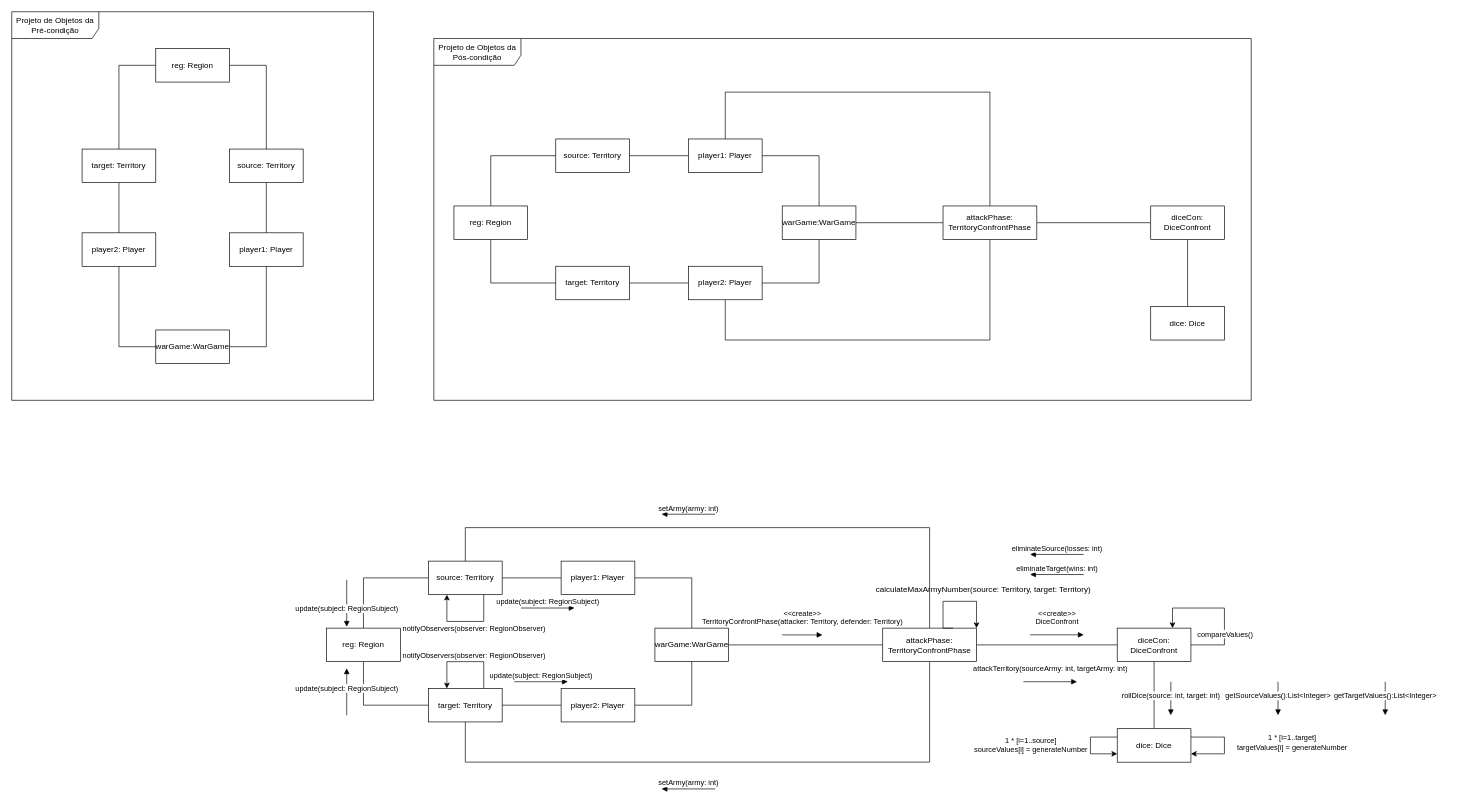
Above: collaboration-diagram.drawio in Gil32610/operation-contract-territory-confront (draw.io), before the change. Source tidied: cells renumbered, new cells numbered last; positions are measured from the earlier drawing's top-left corner, leaving out a move shared by most shapes. Both pictures are drawn from the tidied source at 67%, with x=0, y=0 at pixel (11, 11).
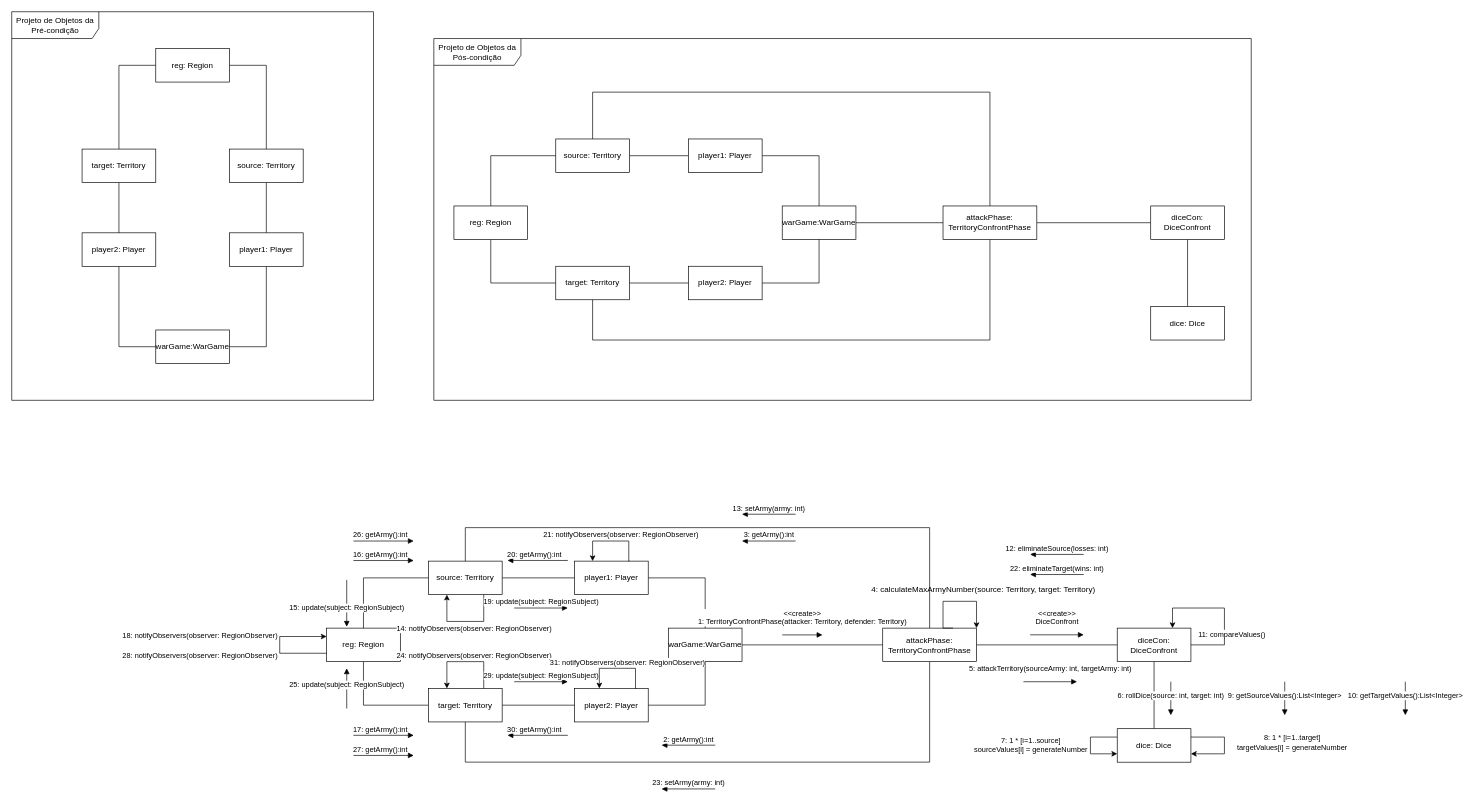
Above is the later version.

Commit message:
collaboration diagram order of messages

Unchanged cells that the change refers to:
```xml
<mxCell id="20" value="player2: Player" style="html=1;whiteSpace=wrap;" parent="1" vertex="1">
  <mxGeometry x="1010" y="379.9" width="110" height="50" as="geometry" />
</mxCell>
<mxCell id="23" value="player1: Player" style="html=1;whiteSpace=wrap;" parent="1" vertex="1">
  <mxGeometry x="1010" y="189.9" width="110" height="50" as="geometry" />
</mxCell>
<mxCell id="24" value="source: Territory" style="html=1;whiteSpace=wrap;" parent="1" vertex="1">
  <mxGeometry x="812" y="189.9" width="110" height="50" as="geometry" />
</mxCell>
<mxCell id="27" value="target: Territory" style="html=1;whiteSpace=wrap;" parent="1" vertex="1">
  <mxGeometry x="812" y="379.9" width="110" height="50" as="geometry" />
</mxCell>
<mxCell id="32" value="&lt;blockquote&gt;attackPhase: TerritoryConfrontPhase&lt;/blockquote&gt;" style="html=1;whiteSpace=wrap;" parent="1" vertex="1">
  <mxGeometry x="1390" y="289.9" width="140" height="50" as="geometry" />
</mxCell>
<mxCell id="49" value="reg: Region" style="html=1;whiteSpace=wrap;" parent="1" vertex="1">
  <mxGeometry x="470" y="920" width="110" height="50" as="geometry" />
</mxCell>
<mxCell id="55" style="edgeStyle=orthogonalEdgeStyle;rounded=0;orthogonalLoop=1;jettySize=auto;html=1;exitX=0;exitY=0.25;exitDx=0;exitDy=0;entryX=0;entryY=0.75;entryDx=0;entryDy=0;" parent="1" edge="1" source="57" target="57">
  <mxGeometry relative="1" as="geometry">
    <Array as="points">
      <mxPoint x="1610" y="1083" />
      <mxPoint x="1610" y="1107" />
    </Array>
  </mxGeometry>
</mxCell>
<mxCell id="64" style="edgeStyle=orthogonalEdgeStyle;rounded=0;orthogonalLoop=1;jettySize=auto;html=1;entryX=0.75;entryY=0;entryDx=0;entryDy=0;exitX=1;exitY=0.5;exitDx=0;exitDy=0;" parent="1" edge="1" source="54" target="54">
  <mxGeometry relative="1" as="geometry">
    <Array as="points">
      <mxPoint x="1810" y="945" />
      <mxPoint x="1810" y="890" />
      <mxPoint x="1733" y="890" />
    </Array>
  </mxGeometry>
</mxCell>
<mxCell id="74" style="edgeStyle=orthogonalEdgeStyle;rounded=0;orthogonalLoop=1;jettySize=auto;html=1;exitX=0.75;exitY=0;exitDx=0;exitDy=0;entryX=0.25;entryY=0;entryDx=0;entryDy=0;" parent="1" edge="1" source="47" target="47">
  <mxGeometry relative="1" as="geometry">
    <Array as="points">
      <mxPoint x="704" y="970" />
      <mxPoint x="650" y="970" />
    </Array>
  </mxGeometry>
</mxCell>
<mxCell id="78" style="edgeStyle=orthogonalEdgeStyle;rounded=0;orthogonalLoop=1;jettySize=auto;html=1;exitX=0.75;exitY=1;exitDx=0;exitDy=0;entryX=0.25;entryY=1;entryDx=0;entryDy=0;" parent="1" edge="1" source="44" target="44">
  <mxGeometry relative="1" as="geometry">
    <Array as="points">
      <mxPoint x="704" y="910" />
      <mxPoint x="650" y="910" />
    </Array>
  </mxGeometry>
</mxCell>
```

The edit, as a diff of the source:
```diff
@@
-    <mxCell id="19" style="edgeStyle=orthogonalEdgeStyle;rounded=0;jettySize=auto;html=1;entryX=0.5;entryY=1;entryDx=0;entryDy=0;endArrow=none;endFill=0;" parent="1" edge="1" source="20" target="32">
+    <mxCell id="19" style="edgeStyle=orthogonalEdgeStyle;rounded=0;jettySize=auto;html=1;entryX=0.5;entryY=1;entryDx=0;entryDy=0;endArrow=none;endFill=0;exitX=0.5;exitY=1;exitDx=0;exitDy=0;" parent="1" edge="1" source="27" target="32">
       <mxGeometry relative="1" as="geometry">
         <Array as="points">
-          <mxPoint x="1065" y="490" />
+          <mxPoint x="867" y="490" />
           <mxPoint x="1460" y="490" />
         </Array>
       </mxGeometry>
     </mxCell>
@@
-    <mxCell id="22" style="edgeStyle=orthogonalEdgeStyle;rounded=0;jettySize=auto;html=1;entryX=0.5;entryY=0;entryDx=0;entryDy=0;endArrow=none;endFill=0;" parent="1" edge="1" source="23" target="32">
+    <mxCell id="22" style="edgeStyle=orthogonalEdgeStyle;rounded=0;jettySize=auto;html=1;entryX=0.5;entryY=0;entryDx=0;entryDy=0;endArrow=none;endFill=0;exitX=0.5;exitY=0;exitDx=0;exitDy=0;" parent="1" edge="1" source="24" target="32">
       <mxGeometry relative="1" as="geometry">
         <Array as="points">
-          <mxPoint x="1065" y="120" />
+          <mxPoint x="867" y="120" />
           <mxPoint x="1460" y="120" />
         </Array>
       </mxGeometry>
     </mxCell>
@@
     <mxCell id="38" value="warGame:WarGame" style="html=1;whiteSpace=wrap;" parent="1" vertex="1">
-      <mxGeometry x="960" y="920" width="110" height="50" as="geometry" />
+      <mxGeometry x="980" y="920" width="110" height="50" as="geometry" />
     </mxCell>
@@
     <mxCell id="41" value="player2: Player" style="html=1;whiteSpace=wrap;" parent="1" vertex="1">
-      <mxGeometry x="820" y="1010" width="110" height="50" as="geometry" />
+      <mxGeometry x="840" y="1010" width="110" height="50" as="geometry" />
     </mxCell>
@@
     <mxCell id="43" value="player1: Player" style="html=1;whiteSpace=wrap;" parent="1" vertex="1">
-      <mxGeometry x="820" y="820" width="110" height="50" as="geometry" />
+      <mxGeometry x="840" y="820" width="110" height="50" as="geometry" />
     </mxCell>
@@
-    <mxCell id="56" value="1 * [i=1..source]&lt;br&gt;&lt;div&gt;sourceValues[i] = generateNumber&lt;/div&gt;" style="edgeLabel;html=1;align=center;verticalAlign=middle;" parent="55" vertex="1">
+    <mxCell id="56" value="7: 1 * [i=1..source]&lt;br&gt;&lt;div&gt;sourceValues[i] = generateNumber&lt;/div&gt;" style="edgeLabel;html=1;align=center;verticalAlign=middle;" parent="55" vertex="1">
       <mxGeometry x="-0.02" relative="1" as="geometry">
         <mxPoint x="-90" y="1" as="offset" />
       </mxGeometry>
     </mxCell>
@@
-    <mxCell id="58" value="&lt;div&gt;&amp;lt;&amp;lt;create&amp;gt;&amp;gt;&lt;/div&gt;&lt;div&gt;TerritoryConfrontPhase(attacker: Territory, defender: Territory)&lt;br&gt;&lt;/div&gt;" style="html=1;verticalAlign=bottom;endArrow=block;curved=0;rounded=0;" parent="1" edge="1">
+    <mxCell id="58" value="&lt;div&gt;&amp;lt;&amp;lt;create&amp;gt;&amp;gt;&lt;/div&gt;&lt;div&gt;1: TerritoryConfrontPhase(attacker: Territory, defender: Territory)&lt;br&gt;&lt;/div&gt;" style="html=1;verticalAlign=bottom;endArrow=block;curved=0;rounded=0;" parent="1" edge="1">
       <mxGeometry y="10" relative="1" as="geometry">
         <mxPoint x="1150" y="930.1" as="sourcePoint" />
         <mxPoint x="1210" y="930.1" as="targetPoint" />
       </mxGeometry>
     </mxCell>
@@
-    <mxCell id="60" value="calculateMaxArmyNumber(source: Territory, target: Territory)" style="text;html=1;align=center;verticalAlign=middle;strokeColor=none;fillColor=none;" parent="1" vertex="1">
-      <mxGeometry x="1280" y="848" width="340" height="30" as="geometry" />
+    <mxCell id="60" value="4: calculateMaxArmyNumber(source: Territory, target: Territory)" style="text;html=1;align=center;verticalAlign=middle;strokeColor=none;fillColor=none;" parent="1" vertex="1">
+      <mxGeometry x="1270" y="848" width="360" height="30" as="geometry" />
     </mxCell>
@@
-    <mxCell id="62" value="attackTerritory(sourceArmy: int, targetArmy: int)" style="html=1;verticalAlign=bottom;endArrow=block;curved=0;rounded=0;" parent="1" edge="1">
+    <mxCell id="62" value="5: attackTerritory(sourceArmy: int, targetArmy: int)" style="html=1;verticalAlign=bottom;endArrow=block;curved=0;rounded=0;" parent="1" edge="1">
       <mxGeometry y="10" relative="1" as="geometry">
         <mxPoint x="1510" y="1000" as="sourcePoint" />
         <mxPoint x="1590" y="1000" as="targetPoint" />
       </mxGeometry>
     </mxCell>
-    <mxCell id="63" value="rollDice(source: int, target: int)" style="html=1;verticalAlign=bottom;endArrow=block;curved=0;rounded=0;" parent="1" edge="1">
+    <mxCell id="63" value="6: rollDice(source: int, target: int)" style="html=1;verticalAlign=bottom;endArrow=block;curved=0;rounded=0;" parent="1" edge="1">
       <mxGeometry x="0.2" relative="1" as="geometry">
         <mxPoint x="1730" y="1000" as="sourcePoint" />
         <mxPoint x="1730" y="1050" as="targetPoint" />
       </mxGeometry>
     </mxCell>
@@
-    <mxCell id="65" value="compareValues()" style="edgeLabel;html=1;align=center;verticalAlign=middle;" parent="64" vertex="1">
-      <mxGeometry x="-0.37" relative="1" as="geometry" />
+    <mxCell id="65" value="11: compareValues()" style="edgeLabel;html=1;align=center;verticalAlign=middle;" parent="64" vertex="1">
+      <mxGeometry x="-0.37" relative="1" as="geometry">
+        <mxPoint x="10" as="offset" />
+      </mxGeometry>
     </mxCell>
-    <mxCell id="66" value="eliminateTarget(wins: int)" style="html=1;verticalAlign=bottom;endArrow=none;curved=0;rounded=0;startArrow=block;startFill=1;endFill=0;" parent="1" edge="1">
+    <mxCell id="66" value="22: eliminateTarget(wins: int)" style="html=1;verticalAlign=bottom;endArrow=none;curved=0;rounded=0;startArrow=block;startFill=1;endFill=0;" parent="1" edge="1">
       <mxGeometry relative="1" as="geometry">
         <mxPoint x="1520" y="840" as="sourcePoint" />
         <mxPoint x="1600" y="840" as="targetPoint" />
       </mxGeometry>
     </mxCell>
-    <mxCell id="67" value="eliminateSource(losses: int)" style="html=1;verticalAlign=bottom;endArrow=none;curved=0;rounded=0;startArrow=block;startFill=1;endFill=0;" parent="1" edge="1">
+    <mxCell id="67" value="12: eliminateSource(losses: int)" style="html=1;verticalAlign=bottom;endArrow=none;curved=0;rounded=0;startArrow=block;startFill=1;endFill=0;" parent="1" edge="1">
       <mxGeometry relative="1" as="geometry">
         <mxPoint x="1520" y="810" as="sourcePoint" />
         <mxPoint x="1600" y="810" as="targetPoint" />
       </mxGeometry>
     </mxCell>
@@
-    <mxCell id="69" value="1 * [i=1..target]&lt;br&gt;&lt;div&gt;targetValues[i] = generateNumber&lt;/div&gt;" style="edgeLabel;html=1;align=center;verticalAlign=middle;" parent="1" vertex="1">
+    <mxCell id="69" value="8: 1 * [i=1..target]&lt;br&gt;&lt;div&gt;targetValues[i] = generateNumber&lt;/div&gt;" style="edgeLabel;html=1;align=center;verticalAlign=middle;" parent="1" vertex="1">
       <mxGeometry x="1910" y="1090" as="geometry" />
     </mxCell>
-    <mxCell id="70" value="getSourceValues():List&amp;lt;Integer&amp;gt;" style="html=1;verticalAlign=bottom;endArrow=block;curved=0;rounded=0;" parent="1" edge="1">
+    <mxCell id="70" value="9: getSourceValues():List&amp;lt;Integer&amp;gt;" style="html=1;verticalAlign=bottom;endArrow=block;curved=0;rounded=0;" parent="1" edge="1">
       <mxGeometry x="0.2" relative="1" as="geometry">
-        <mxPoint x="1890" y="1000" as="sourcePoint" />
-        <mxPoint x="1890" y="1050" as="targetPoint" />
+        <mxPoint x="1900" y="1000" as="sourcePoint" />
+        <mxPoint x="1900" y="1050" as="targetPoint" />
       </mxGeometry>
     </mxCell>
-    <mxCell id="71" value="getTargetValues():List&amp;lt;Integer&amp;gt;" style="html=1;verticalAlign=bottom;endArrow=block;curved=0;rounded=0;" parent="1" edge="1">
+    <mxCell id="71" value="10: getTargetValues():List&amp;lt;Integer&amp;gt;" style="html=1;verticalAlign=bottom;endArrow=block;curved=0;rounded=0;" parent="1" edge="1">
       <mxGeometry x="0.2" relative="1" as="geometry">
-        <mxPoint x="2050" y="1000" as="sourcePoint" />
-        <mxPoint x="2050" y="1050" as="targetPoint" />
+        <mxPoint x="2080" y="1000" as="sourcePoint" />
+        <mxPoint x="2080" y="1050" as="targetPoint" />
       </mxGeometry>
     </mxCell>
-    <mxCell id="72" value="setArmy(army: int)" style="html=1;verticalAlign=bottom;endArrow=none;curved=0;rounded=0;startArrow=block;startFill=1;endFill=0;" parent="1" edge="1">
+    <mxCell id="72" value="13: setArmy(army: int)" style="html=1;verticalAlign=bottom;endArrow=none;curved=0;rounded=0;startArrow=block;startFill=1;endFill=0;" parent="1" edge="1">
       <mxGeometry relative="1" as="geometry">
-        <mxPoint x="970" y="750" as="sourcePoint" />
-        <mxPoint x="1050" y="750" as="targetPoint" />
+        <mxPoint x="1090" y="750" as="sourcePoint" />
+        <mxPoint x="1170" y="750" as="targetPoint" />
       </mxGeometry>
     </mxCell>
-    <mxCell id="73" value="setArmy(army: int)" style="html=1;verticalAlign=bottom;endArrow=none;curved=0;rounded=0;startArrow=block;startFill=1;endFill=0;" parent="1" edge="1">
+    <mxCell id="73" value="23: setArmy(army: int)" style="html=1;verticalAlign=bottom;endArrow=none;curved=0;rounded=0;startArrow=block;startFill=1;endFill=0;" parent="1" edge="1">
       <mxGeometry relative="1" as="geometry">
         <mxPoint x="970" y="1160" as="sourcePoint" />
         <mxPoint x="1050" y="1160" as="targetPoint" />
       </mxGeometry>
     </mxCell>
@@
-    <mxCell id="75" value="notifyObservers(observer: RegionObserver)" style="edgeLabel;html=1;align=center;verticalAlign=middle;" parent="74" vertex="1">
+    <mxCell id="75" value="24: notifyObservers(observer: RegionObserver)" style="edgeLabel;html=1;align=center;verticalAlign=middle;" parent="74" vertex="1">
       <mxGeometry x="0.1" y="-1" relative="1" as="geometry">
         <mxPoint x="19" y="-9" as="offset" />
       </mxGeometry>
     </mxCell>
-    <mxCell id="76" value="update(subject: RegionSubject)" style="html=1;verticalAlign=bottom;endArrow=block;curved=0;rounded=0;" parent="1" edge="1">
+    <mxCell id="76" value="29: update(subject: RegionSubject)" style="html=1;verticalAlign=bottom;endArrow=block;curved=0;rounded=0;" parent="1" edge="1">
       <mxGeometry relative="1" as="geometry">
         <mxPoint x="750" y="1000" as="sourcePoint" />
         <mxPoint x="830" y="1000" as="targetPoint" />
       </mxGeometry>
     </mxCell>
-    <mxCell id="77" value="update(subject: RegionSubject)" style="html=1;verticalAlign=bottom;endArrow=block;curved=0;rounded=0;" parent="1" edge="1">
+    <mxCell id="77" value="25: update(subject: RegionSubject)" style="html=1;verticalAlign=bottom;endArrow=block;curved=0;rounded=0;" parent="1" edge="1">
       <mxGeometry x="-0.14" relative="1" as="geometry">
-        <mxPoint x="500" y="1050" as="sourcePoint" />
+        <mxPoint x="500" y="1040" as="sourcePoint" />
         <mxPoint x="500" y="980" as="targetPoint" />
-        <mxPoint y="-1" as="offset" />
       </mxGeometry>
     </mxCell>
@@
-    <mxCell id="79" value="notifyObservers(observer: RegionObserver)" style="edgeLabel;html=1;align=center;verticalAlign=middle;" parent="78" vertex="1">
+    <mxCell id="79" value="14: notifyObservers(observer: RegionObserver)" style="edgeLabel;html=1;align=center;verticalAlign=middle;" parent="78" vertex="1">
       <mxGeometry x="0.1" y="-1" relative="1" as="geometry">
         <mxPoint x="19" y="11" as="offset" />
       </mxGeometry>
     </mxCell>
-    <mxCell id="80" value="update(subject: RegionSubject)" style="html=1;verticalAlign=bottom;endArrow=block;curved=0;rounded=0;" parent="1" edge="1">
-      <mxGeometry x="0.49" relative="1" as="geometry">
+    <mxCell id="80" value="15: update(subject: RegionSubject)" style="html=1;verticalAlign=bottom;endArrow=block;curved=0;rounded=0;" parent="1" edge="1">
+      <mxGeometry x="0.47" relative="1" as="geometry">
         <mxPoint x="500" y="848" as="sourcePoint" />
         <mxPoint x="500" y="918" as="targetPoint" />
       </mxGeometry>
     </mxCell>
-    <mxCell id="81" value="update(subject: RegionSubject)" style="html=1;verticalAlign=bottom;endArrow=block;curved=0;rounded=0;" parent="1" edge="1">
+    <mxCell id="81" value="19: update(subject: RegionSubject)" style="html=1;verticalAlign=bottom;endArrow=block;curved=0;rounded=0;" parent="1" edge="1">
       <mxGeometry relative="1" as="geometry">
-        <mxPoint x="760" y="890" as="sourcePoint" />
-        <mxPoint x="840" y="890" as="targetPoint" />
+        <mxPoint x="750" y="890" as="sourcePoint" />
+        <mxPoint x="830" y="890" as="targetPoint" />
       </mxGeometry>
     </mxCell>
+    <mxCell id="82" value="3: getArmy():int" style="html=1;verticalAlign=bottom;endArrow=none;curved=0;rounded=0;startArrow=block;startFill=1;endFill=0;" parent="1" edge="1">
+      <mxGeometry relative="1" as="geometry">
+        <mxPoint x="1090" y="790" as="sourcePoint" />
+        <mxPoint x="1170" y="790" as="targetPoint" />
+      </mxGeometry>
+    </mxCell>
+    <mxCell id="83" value="2: getArmy():int" style="html=1;verticalAlign=bottom;endArrow=none;curved=0;rounded=0;startArrow=block;startFill=1;endFill=0;" parent="1" edge="1">
+      <mxGeometry relative="1" as="geometry">
+        <mxPoint x="970" y="1094.7" as="sourcePoint" />
+        <mxPoint x="1050" y="1094.7" as="targetPoint" />
+      </mxGeometry>
+    </mxCell>
+    <mxCell id="84" style="edgeStyle=orthogonalEdgeStyle;rounded=0;orthogonalLoop=1;jettySize=auto;html=1;exitX=0;exitY=0.75;exitDx=0;exitDy=0;entryX=0;entryY=0.25;entryDx=0;entryDy=0;" parent="1" edge="1" source="49" target="49">
+      <mxGeometry relative="1" as="geometry">
+        <Array as="points">
+          <mxPoint x="400" y="957" />
+          <mxPoint x="400" y="933" />
+        </Array>
+      </mxGeometry>
+    </mxCell>
+    <mxCell id="85" value="18: notifyObservers(observer: RegionObserver)" style="edgeLabel;html=1;align=center;verticalAlign=middle;" parent="84" vertex="1">
+      <mxGeometry x="-0.02" y="1" relative="1" as="geometry">
+        <mxPoint x="-119" y="-16" as="offset" />
+      </mxGeometry>
+    </mxCell>
+    <mxCell id="86" value="17: getArmy():int" style="html=1;verticalAlign=bottom;endArrow=none;curved=0;rounded=0;startArrow=block;startFill=1;endFill=0;" parent="1" edge="1">
+      <mxGeometry x="0.11" relative="1" as="geometry">
+        <mxPoint x="600" y="1080" as="sourcePoint" />
+        <mxPoint x="510" y="1080" as="targetPoint" />
+      </mxGeometry>
+    </mxCell>
+    <mxCell id="87" value="16: getArmy():int" style="html=1;verticalAlign=bottom;endArrow=none;curved=0;rounded=0;startArrow=block;startFill=1;endFill=0;" parent="1" edge="1">
+      <mxGeometry x="0.11" relative="1" as="geometry">
+        <mxPoint x="600" y="819.1" as="sourcePoint" />
+        <mxPoint x="510" y="819.1" as="targetPoint" />
+      </mxGeometry>
+    </mxCell>
+    <mxCell id="88" style="edgeStyle=orthogonalEdgeStyle;rounded=0;orthogonalLoop=1;jettySize=auto;html=1;exitX=0.75;exitY=0;exitDx=0;exitDy=0;entryX=0.25;entryY=0;entryDx=0;entryDy=0;" parent="1" edge="1">
+      <mxGeometry relative="1" as="geometry">
+        <mxPoint x="932" y="1010" as="sourcePoint" />
+        <mxPoint x="877" y="1010" as="targetPoint" />
+        <Array as="points">
+          <mxPoint x="931" y="980" />
+          <mxPoint x="877" y="980" />
+        </Array>
+      </mxGeometry>
+    </mxCell>
+    <mxCell id="89" value="31: notifyObservers(observer: RegionObserver)" style="edgeLabel;html=1;align=center;verticalAlign=middle;" parent="88" vertex="1">
+      <mxGeometry x="0.1" y="-1" relative="1" as="geometry">
+        <mxPoint x="19" y="-9" as="offset" />
+      </mxGeometry>
+    </mxCell>
+    <mxCell id="90" style="edgeStyle=orthogonalEdgeStyle;rounded=0;orthogonalLoop=1;jettySize=auto;html=1;exitX=0.75;exitY=0;exitDx=0;exitDy=0;entryX=0.25;entryY=0;entryDx=0;entryDy=0;" parent="1" edge="1">
+      <mxGeometry relative="1" as="geometry">
+        <mxPoint x="922" y="820" as="sourcePoint" />
+        <mxPoint x="867" y="820" as="targetPoint" />
+        <Array as="points">
+          <mxPoint x="921" y="790" />
+          <mxPoint x="867" y="790" />
+        </Array>
+      </mxGeometry>
+    </mxCell>
+    <mxCell id="91" value="21: notifyObservers(observer: RegionObserver)" style="edgeLabel;html=1;align=center;verticalAlign=middle;" parent="90" vertex="1">
+      <mxGeometry x="0.1" y="-1" relative="1" as="geometry">
+        <mxPoint x="19" y="-9" as="offset" />
+      </mxGeometry>
+    </mxCell>
+    <mxCell id="92" value="30: getArmy():int" style="html=1;verticalAlign=bottom;endArrow=block;curved=0;rounded=0;startArrow=none;startFill=0;endFill=1;" parent="1" edge="1">
+      <mxGeometry x="0.11" relative="1" as="geometry">
+        <mxPoint x="830" y="1080" as="sourcePoint" />
+        <mxPoint x="740" y="1080" as="targetPoint" />
+      </mxGeometry>
+    </mxCell>
+    <mxCell id="93" value="20: getArmy():int" style="html=1;verticalAlign=bottom;endArrow=block;curved=0;rounded=0;startArrow=none;startFill=0;endFill=1;" parent="1" edge="1">
+      <mxGeometry x="0.11" relative="1" as="geometry">
+        <mxPoint x="830" y="819" as="sourcePoint" />
+        <mxPoint x="740" y="819" as="targetPoint" />
+      </mxGeometry>
+    </mxCell>
+    <mxCell id="94" value="28: notifyObservers(observer: RegionObserver)" style="edgeLabel;html=1;align=center;verticalAlign=middle;" parent="1" vertex="1">
+      <mxGeometry x="280" y="960" as="geometry" />
+    </mxCell>
+    <mxCell id="95" value="27: getArmy():int" style="html=1;verticalAlign=bottom;endArrow=none;curved=0;rounded=0;startArrow=block;startFill=1;endFill=0;" parent="1" edge="1">
+      <mxGeometry x="0.11" relative="1" as="geometry">
+        <mxPoint x="600" y="1110" as="sourcePoint" />
+        <mxPoint x="510" y="1110" as="targetPoint" />
+      </mxGeometry>
+    </mxCell>
+    <mxCell id="96" value="26: getArmy():int" style="html=1;verticalAlign=bottom;endArrow=none;curved=0;rounded=0;startArrow=block;startFill=1;endFill=0;" parent="1" edge="1">
+      <mxGeometry x="0.11" relative="1" as="geometry">
+        <mxPoint x="600" y="790" as="sourcePoint" />
+        <mxPoint x="510" y="790" as="targetPoint" />
+      </mxGeometry>
+    </mxCell>
```
